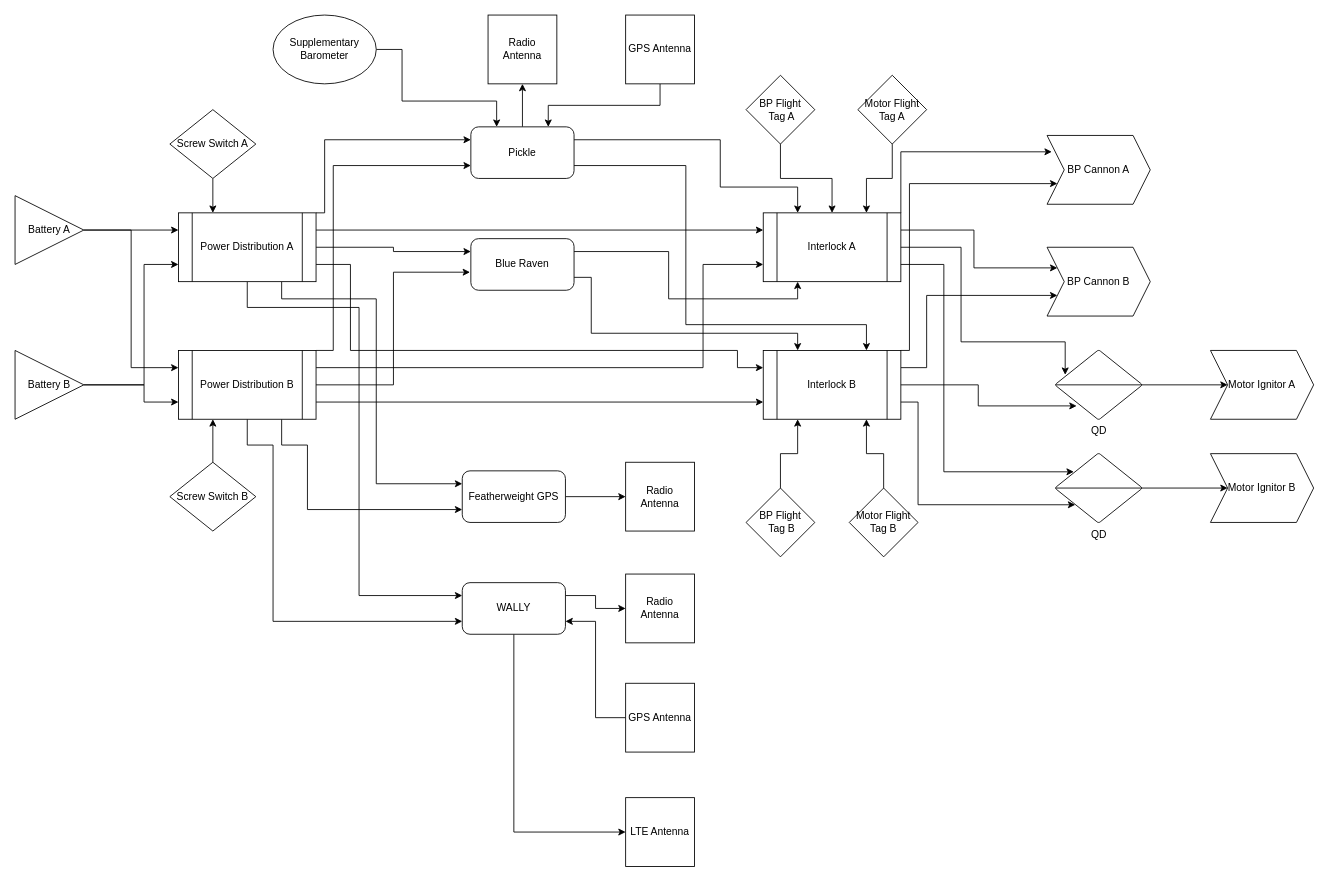
Before: SIRIUS_sustainer.drawio in icl-rocketry/wally, a draw.io diagram. Source tidied: cells renumbered, new cells numbered last; positions are measured from the earlier drawing's top-left corner, leaving out a move shared by most shapes. Both pictures are drawn from the tidied source at 86%, with x=0, y=0 at pixel (15, 15).
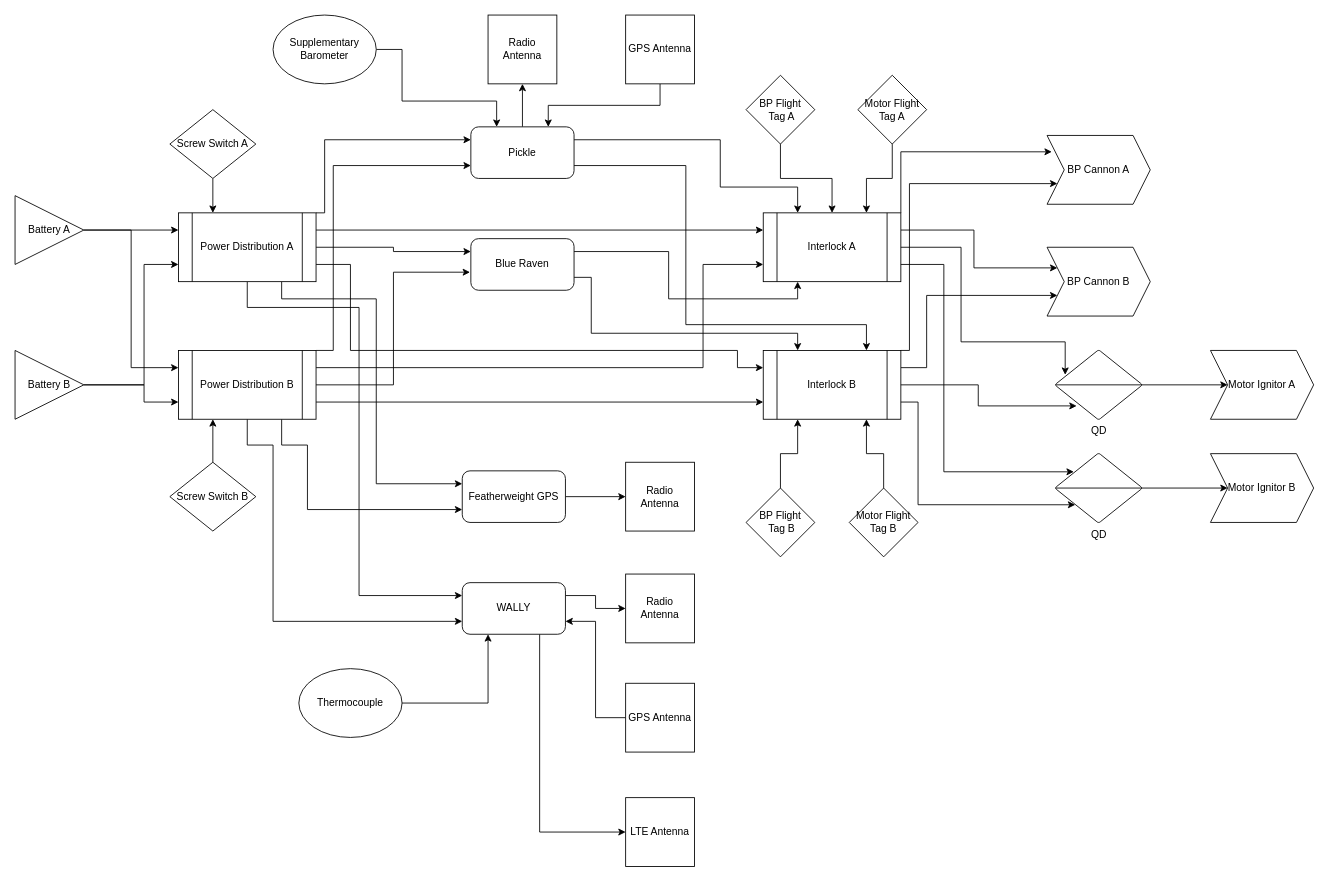
Above is the later version.

The change refers to these unchanged cells:
```xml
<mxCell id="34" value="WALLY" style="rounded=1;whiteSpace=wrap;html=1;" parent="1" vertex="1">
  <mxGeometry x="520" y="660" width="120" height="60" as="geometry" />
</mxCell>
<mxCell id="73" value="LTE Antenna" style="whiteSpace=wrap;html=1;" parent="1" vertex="1">
  <mxGeometry x="710" y="910" width="80" height="80" as="geometry" />
</mxCell>
```

What changed in the source:
```diff
@@
-    <mxCell id="33" style="edgeStyle=orthogonalEdgeStyle;rounded=0;jettySize=auto;html=1;exitX=0.5;exitY=1;exitDx=0;exitDy=0;entryX=0;entryY=0.5;entryDx=0;entryDy=0;" parent="1" edge="1" source="34" target="73">
+    <mxCell id="33" style="edgeStyle=orthogonalEdgeStyle;rounded=0;jettySize=auto;html=1;exitX=0.75;exitY=1;exitDx=0;exitDy=0;entryX=0;entryY=0.5;entryDx=0;entryDy=0;" parent="1" edge="1" source="34" target="73">
       <mxGeometry relative="1" as="geometry" />
     </mxCell>
@@
+    <mxCell id="74" style="edgeStyle=orthogonalEdgeStyle;rounded=0;jettySize=auto;html=1;exitX=1;exitY=0.5;exitDx=0;exitDy=0;entryX=0.25;entryY=1;entryDx=0;entryDy=0;" parent="1" edge="1" source="75" target="34">
+      <mxGeometry relative="1" as="geometry" />
+    </mxCell>
+    <mxCell id="75" value="Thermocouple" style="ellipse;whiteSpace=wrap;html=1;" parent="1" vertex="1">
+      <mxGeometry x="330" y="760" width="120" height="80" as="geometry" />
+    </mxCell>
```
